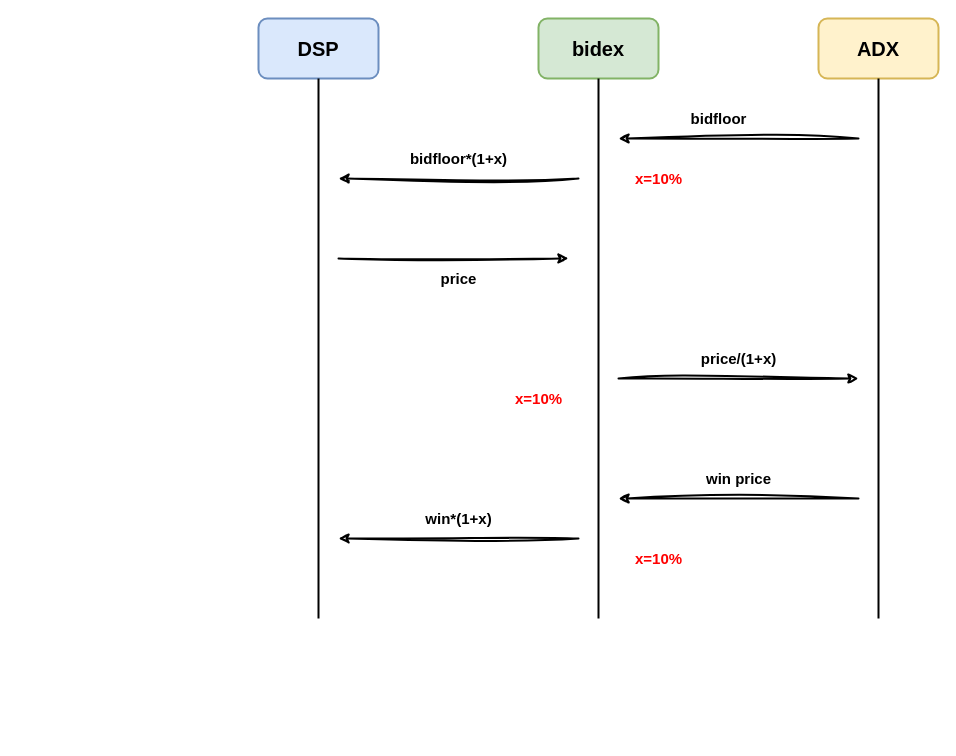
The draw.io diagram sunteng/bidex/一价渠道出价优化-now.drawio in donscoco/diagrams, before the edit. Source tidied: cells renumbered, new cells numbered last; positions are measured from the earlier drawing's top-left corner, leaving out a move shared by most shapes. Both pictures are drawn from the tidied source at 100%, with x=0, y=0 at pixel (258, 18).
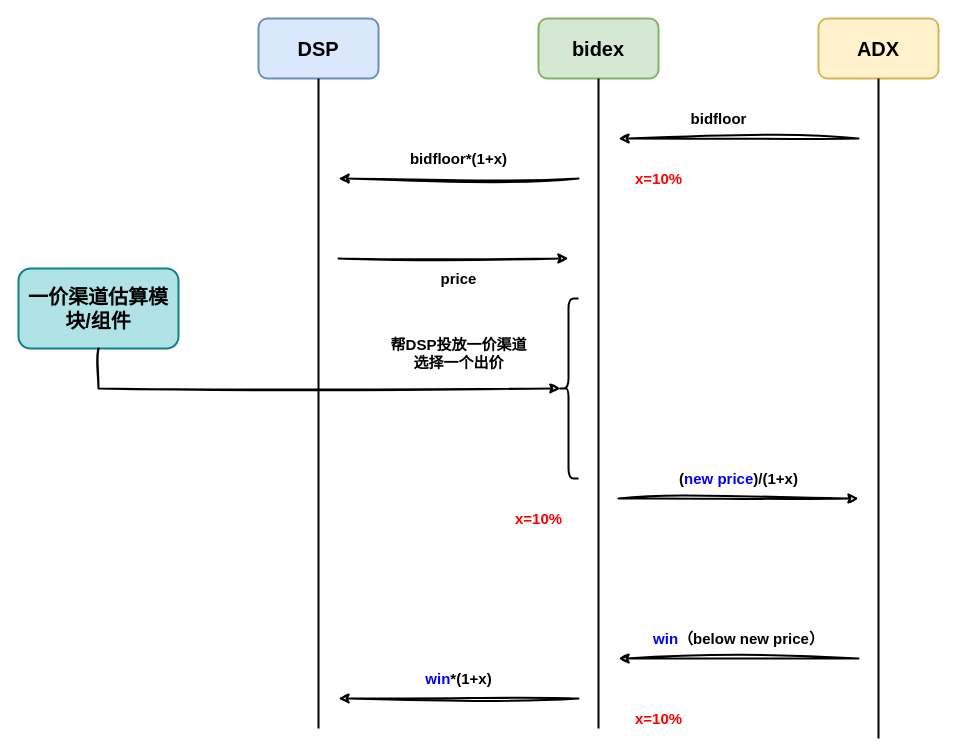
The same diagram, later.

Commit message (it also covers changes not shown here):
更新一价渠道出价优化-now.drawio

The edit, as a diff of the source:
```diff
@@
     <mxCell id="5" style="line;strokeWidth=2;direction=south;html=1;" parent="1" vertex="1">
-      <mxGeometry x="55" y="60" width="10" height="540" as="geometry" />
+      <mxGeometry x="55" y="60" width="10" height="650" as="geometry" />
     </mxCell>
     <mxCell id="6" style="line;strokeWidth=2;direction=south;html=1;" parent="1" vertex="1">
-      <mxGeometry x="335" y="60" width="10" height="540" as="geometry" />
+      <mxGeometry x="335" y="60" width="10" height="650" as="geometry" />
     </mxCell>
     <mxCell id="7" style="line;strokeWidth=2;direction=south;html=1;" parent="1" vertex="1">
-      <mxGeometry x="615" y="60" width="10" height="540" as="geometry" />
+      <mxGeometry x="615" y="60" width="10" height="660" as="geometry" />
     </mxCell>
@@
     <mxCell id="9" style="endArrow=classic;html=1;rounded=0;fontStyle=1;strokeWidth=2;sketch=1;curveFitting=1;jiggle=2;" parent="1" edge="1">
       <mxGeometry relative="1" as="geometry">
-        <mxPoint x="360" y="360" as="sourcePoint" />
-        <mxPoint x="600" y="360" as="targetPoint" />
+        <mxPoint x="360" y="480" as="sourcePoint" />
+        <mxPoint x="600" y="480" as="targetPoint" />
       </mxGeometry>
     </mxCell>
@@
     <mxCell id="12" style="endArrow=classic;html=1;rounded=0;fontStyle=1;strokeWidth=2;sketch=1;curveFitting=1;jiggle=2;" parent="1" edge="1">
       <mxGeometry relative="1" as="geometry">
-        <mxPoint x="600" y="480" as="sourcePoint" />
-        <mxPoint x="360" y="480" as="targetPoint" />
+        <mxPoint x="600" y="640" as="sourcePoint" />
+        <mxPoint x="360" y="640" as="targetPoint" />
       </mxGeometry>
     </mxCell>
     <mxCell id="13" style="endArrow=classic;html=1;rounded=0;fontStyle=1;strokeWidth=2;sketch=1;curveFitting=1;jiggle=2;" parent="1" edge="1">
       <mxGeometry relative="1" as="geometry">
-        <mxPoint x="320" y="520" as="sourcePoint" />
-        <mxPoint x="80" y="520" as="targetPoint" />
+        <mxPoint x="320" y="680" as="sourcePoint" />
+        <mxPoint x="80" y="680" as="targetPoint" />
       </mxGeometry>
     </mxCell>
@@
-    <mxCell id="17" value="price/(1+x)" style="text;strokeColor=none;fillColor=none;html=1;fontSize=15;fontStyle=1;verticalAlign=middle;align=center;" parent="1" vertex="1">
-      <mxGeometry x="440" y="320" width="80" height="40" as="geometry" />
+    <mxCell id="17" value="(&lt;font color=&quot;#0000ff&quot;&gt;new price&lt;/font&gt;)/(1+x)" style="text;strokeColor=none;fillColor=none;html=1;fontSize=15;fontStyle=1;verticalAlign=middle;align=center;" parent="1" vertex="1">
+      <mxGeometry x="440" y="440" width="80" height="40" as="geometry" />
     </mxCell>
-    <mxCell id="18" value="win*(1+x)" style="text;strokeColor=none;fillColor=none;html=1;fontSize=15;fontStyle=1;verticalAlign=middle;align=center;" parent="1" vertex="1">
-      <mxGeometry x="160" y="480" width="80" height="40" as="geometry" />
+    <mxCell id="18" value="&lt;font color=&quot;#0000ff&quot;&gt;win&lt;/font&gt;*(1+x)" style="text;strokeColor=none;fillColor=none;html=1;fontSize=15;fontStyle=1;verticalAlign=middle;align=center;" parent="1" vertex="1">
+      <mxGeometry x="160" y="640" width="80" height="40" as="geometry" />
     </mxCell>
-    <mxCell id="19" value="win price" style="text;strokeColor=none;fillColor=none;html=1;fontSize=15;fontStyle=1;verticalAlign=middle;align=center;" parent="1" vertex="1">
-      <mxGeometry x="440" y="440" width="80" height="40" as="geometry" />
+    <mxCell id="19" value="win&lt;font color=&quot;#000000&quot;&gt;（below new price）&lt;/font&gt;" style="text;strokeColor=none;fillColor=none;html=1;fontSize=15;fontStyle=1;verticalAlign=middle;align=center;fontColor=#0000FF;" parent="1" vertex="1">
+      <mxGeometry x="360" y="600" width="240" height="40" as="geometry" />
     </mxCell>
@@
     <mxCell id="21" value="x=10%" style="text;strokeColor=none;fillColor=none;html=1;fontSize=15;fontStyle=1;verticalAlign=middle;align=center;fontColor=#FF0000;" parent="1" vertex="1">
-      <mxGeometry x="240" y="360" width="80" height="40" as="geometry" />
+      <mxGeometry x="240" y="480" width="80" height="40" as="geometry" />
     </mxCell>
     <mxCell id="22" value="x=10%" style="text;strokeColor=none;fillColor=none;html=1;fontSize=15;fontStyle=1;verticalAlign=middle;align=center;fontColor=#FF0000;" parent="1" vertex="1">
-      <mxGeometry x="360" y="520" width="80" height="40" as="geometry" />
+      <mxGeometry x="360" y="680" width="80" height="40" as="geometry" />
     </mxCell>
+    <mxCell id="23" style="shape=curlyBracket;whiteSpace=wrap;html=1;rounded=1;labelPosition=left;verticalLabelPosition=middle;align=right;verticalAlign=middle;fontStyle=1;strokeWidth=2;" parent="1" vertex="1">
+      <mxGeometry x="300" y="280" width="20" height="180" as="geometry" />
+    </mxCell>
+    <mxCell id="24" value="帮DSP投放一价渠道&lt;br&gt;选择一个出价" style="text;strokeColor=none;fillColor=none;html=1;fontSize=15;fontStyle=1;verticalAlign=middle;align=center;" parent="1" vertex="1">
+      <mxGeometry x="85" y="310" width="230" height="50" as="geometry" />
+    </mxCell>
+    <mxCell id="25" value="一价渠道估算模块/组件" style="rounded=1;whiteSpace=wrap;html=1;strokeWidth=2;fillWeight=4;hachureGap=8;hachureAngle=45;fillColor=#b0e3e6;strokeColor=#0e8088;fontStyle=1;fontSize=20;" parent="1" vertex="1">
+      <mxGeometry x="-240" y="250" width="160" height="80" as="geometry" />
+    </mxCell>
+    <mxCell id="26" style="endArrow=classic;html=1;rounded=0;fontStyle=1;strokeWidth=2;sketch=1;curveFitting=1;jiggle=2;exitX=0.5;exitY=1;exitDx=0;exitDy=0;entryX=0.1;entryY=0.5;entryDx=0;entryDy=0;entryPerimeter=0;" parent="1" edge="1" source="25" target="23">
+      <mxGeometry relative="1" as="geometry">
+        <Array as="points">
+          <mxPoint x="-160" y="370" />
+        </Array>
+      </mxGeometry>
+    </mxCell>
```
